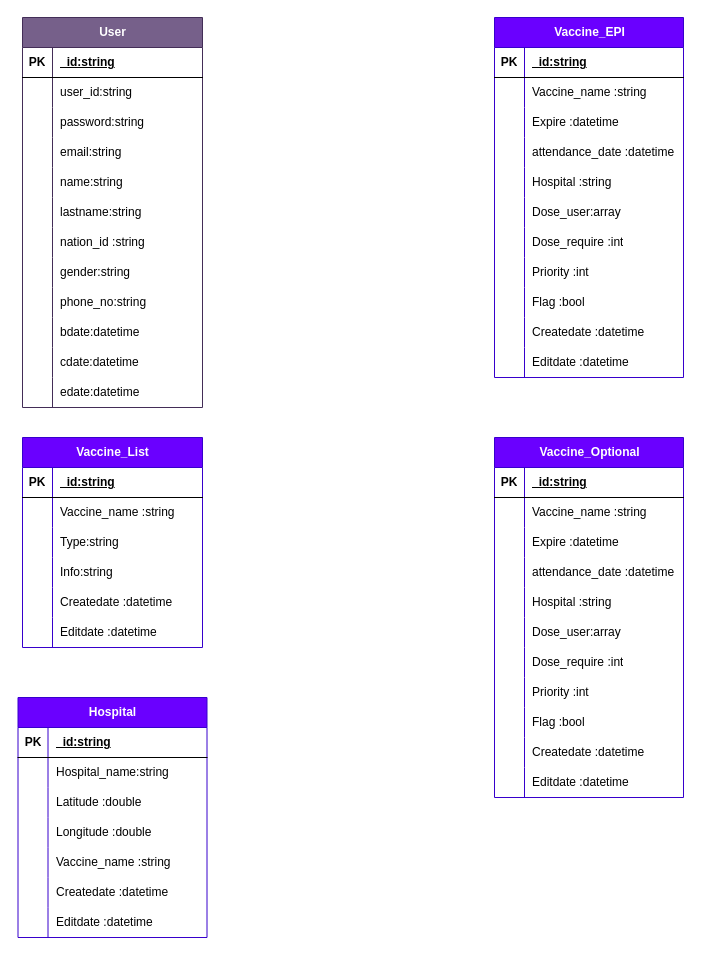
Earlier version of the draw.io diagram database&flowchart.drawio (AsticeX/-_-_1630901328). Source tidied: cells renumbered, new cells numbered last; positions are measured from the earlier drawing's top-left corner, leaving out a move shared by most shapes. Both pictures are drawn from the tidied source at 100%, with x=0, y=0 at pixel (18, 17).
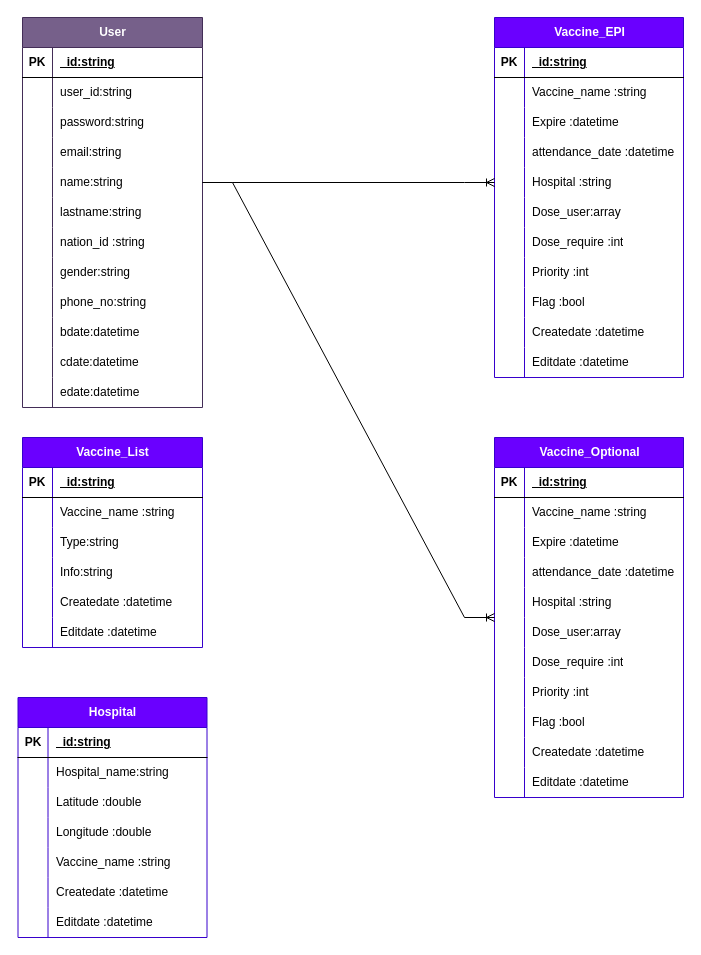
After the change.

Unchanged cells that the change refers to:
```xml
<mxCell id="15" style="shape=tableRow;horizontal=0;startSize=0;swimlaneHead=0;swimlaneBody=0;fillColor=none;points=[[0,0.5],[1,0.5]];portConstraint=eastwest;top=0;left=0;right=0;bottom=0;" parent="2" vertex="1">
  <mxGeometry y="150" width="180" height="30" as="geometry" />
</mxCell>
<mxCell id="52" style="shape=tableRow;horizontal=0;startSize=0;swimlaneHead=0;swimlaneBody=0;fillColor=none;points=[[0,0.5],[1,0.5]];portConstraint=eastwest;top=0;left=0;right=0;bottom=0;" parent="39" vertex="1">
  <mxGeometry y="150" width="189" height="30" as="geometry" />
</mxCell>
<mxCell id="114" value="Vaccine_Optional" style="shape=table;startSize=30;childLayout=tableLayout;rowLines=0;fontStyle=1;align=center;html=1;fillColor=#6a00ff;fontColor=#ffffff;strokeColor=#3700CC;" parent="1" vertex="1">
  <mxGeometry x="476" y="420" width="189" height="360" as="geometry" />
</mxCell>
```

Diff of the diagram source:
```diff
@@
+    <mxCell id="148" style="edgeStyle=entityRelationEdgeStyle;fontSize=12;html=1;endArrow=ERoneToMany;rounded=0;exitX=1;exitY=0.5;exitDx=0;exitDy=0;entryX=0;entryY=0.5;entryDx=0;entryDy=0;" parent="1" edge="1" source="15" target="52">
+      <mxGeometry relative="1" as="geometry" />
+    </mxCell>
+    <mxCell id="149" style="edgeStyle=entityRelationEdgeStyle;fontSize=12;html=1;endArrow=ERoneToMany;rounded=0;exitX=1;exitY=0.5;exitDx=0;exitDy=0;" parent="1" edge="1" source="15" target="114">
+      <mxGeometry relative="1" as="geometry">
+        <Array as="points">
+          <mxPoint x="384" y="320" />
+          <mxPoint x="374" y="340" />
+        </Array>
+      </mxGeometry>
+    </mxCell>
```
